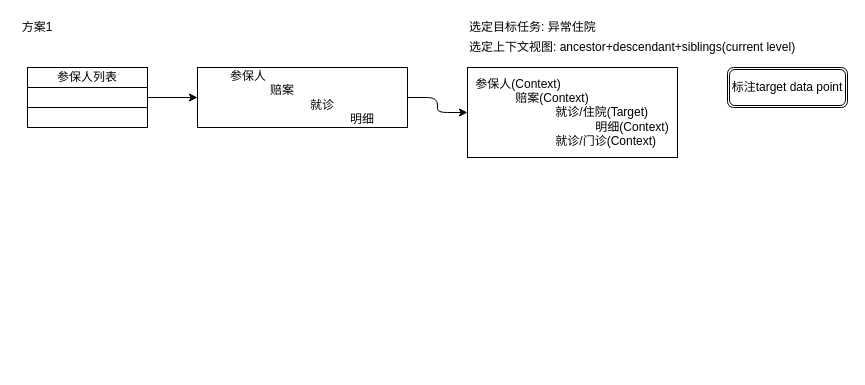
Above: 标注方案.drawio in XiaoLiuAI/diagrams (draw.io), before the change. Source tidied: cells renumbered, new cells numbered last; positions are measured from the earlier drawing's top-left corner, leaving out a move shared by most shapes. Both pictures are drawn from the tidied source at 100%, with x=0, y=0 at pixel (17, 17).
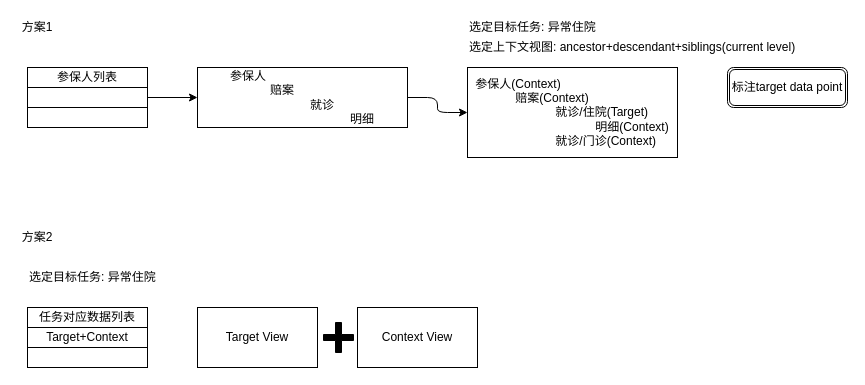
After the change.

What changed in the source:
```diff
@@
+    <mxCell id="13" value="方案2" style="text;html=1;strokeColor=none;fillColor=none;align=center;verticalAlign=middle;whiteSpace=wrap;rounded=0;" parent="1" vertex="1">
+      <mxGeometry y="210" width="40" height="20" as="geometry" />
+    </mxCell>
+    <mxCell id="14" value="选定目标任务: 异常住院" style="text;html=1;strokeColor=none;fillColor=none;align=left;verticalAlign=middle;whiteSpace=wrap;rounded=0;" parent="1" vertex="1">
+      <mxGeometry x="10" y="250" width="170" height="20" as="geometry" />
+    </mxCell>
+    <mxCell id="15" value="任务对应数据列表" style="rounded=0;whiteSpace=wrap;html=1;" parent="1" vertex="1">
+      <mxGeometry x="10" y="290" width="120" height="20" as="geometry" />
+    </mxCell>
+    <mxCell id="16" value="Target+Context" style="rounded=0;whiteSpace=wrap;html=1;" parent="1" vertex="1">
+      <mxGeometry x="10" y="310" width="120" height="20" as="geometry" />
+    </mxCell>
+    <mxCell id="17" style="rounded=0;whiteSpace=wrap;html=1;" parent="1" vertex="1">
+      <mxGeometry x="10" y="330" width="120" height="20" as="geometry" />
+    </mxCell>
+    <mxCell id="18" value="Target View" style="rounded=0;whiteSpace=wrap;html=1;align=center;" parent="1" vertex="1">
+      <mxGeometry x="180" y="290" width="120" height="60" as="geometry" />
+    </mxCell>
+    <mxCell id="19" value="Context View" style="rounded=0;whiteSpace=wrap;html=1;align=center;" parent="1" vertex="1">
+      <mxGeometry x="340" y="290" width="120" height="60" as="geometry" />
+    </mxCell>
+    <mxCell id="20" style="shape=cross;whiteSpace=wrap;html=1;align=left;labelBackgroundColor=#000000;labelBorderColor=#000000;fillColor=#000000;" parent="1" vertex="1">
+      <mxGeometry x="306" y="305" width="30" height="30" as="geometry" />
+    </mxCell>
```
